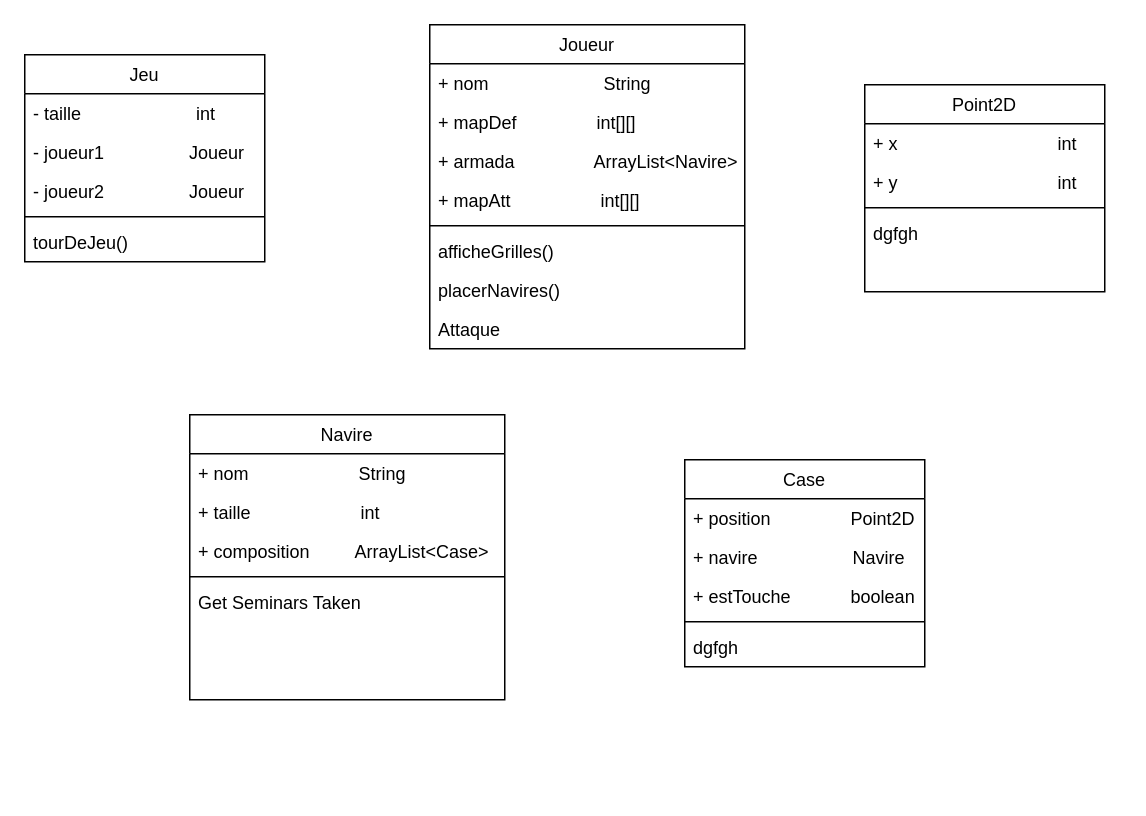
Earlier version of the draw.io diagram ClassDiagram.drawio (ECN-info-MEDEV/tp-note-ds_vianney_maxence). Source tidied: cells renumbered, new cells numbered last; positions are measured from the earlier drawing's top-left corner, leaving out a move shared by most shapes. Both pictures are drawn from the tidied source at 150%, with x=0, y=0 at pixel (24, 24).
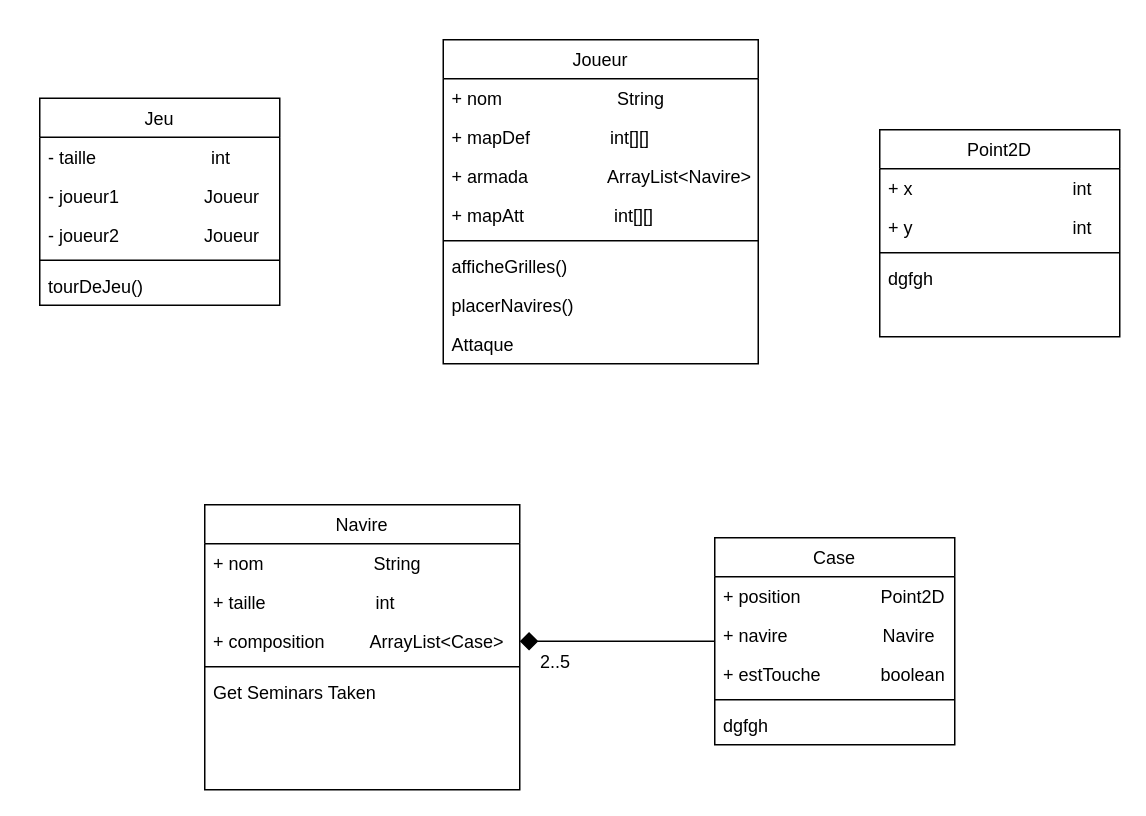
The same page after the edit.

Commit message:
Diagramme de classe version 2

Unchanged cells that the change refers to:
```xml
<mxCell id="11" value="+ composition         ArrayList&lt;Case&gt; " style="text;align=left;verticalAlign=top;spacingLeft=4;spacingRight=4;overflow=hidden;points=[[0,0.5],[1,0.5]];portConstraint=eastwest;rounded=0;shadow=0;html=0;" parent="8" vertex="1">
  <mxGeometry y="78" width="210" height="26" as="geometry" />
</mxCell>
```

The edit, as a diff of the source:
```diff
@@
     <mxCell id="2" value="Jeu" style="swimlane;fontStyle=0;align=center;verticalAlign=top;horizontal=1;startSize=26;rounded=0;shadow=0;strokeWidth=1;" parent="1" vertex="1">
-      <mxGeometry y="20" width="160" height="138" as="geometry" />
+      <mxGeometry x="10" y="49" width="160" height="138" as="geometry" />
     </mxCell>
@@
     <mxCell id="8" value="Navire" style="swimlane;fontStyle=0;align=center;verticalAlign=top;horizontal=1;startSize=26;rounded=0;shadow=0;strokeWidth=1;" parent="1" vertex="1">
-      <mxGeometry x="110" y="260" width="210" height="190" as="geometry" />
+      <mxGeometry x="120" y="320" width="210" height="190" as="geometry" />
     </mxCell>
@@
     <mxCell id="14" value="Point2D" style="swimlane;fontStyle=0;align=center;verticalAlign=top;horizontal=1;startSize=26;rounded=0;shadow=0;strokeWidth=1;" parent="1" vertex="1">
-      <mxGeometry x="560" y="40" width="160" height="138" as="geometry" />
+      <mxGeometry x="570" y="70" width="160" height="138" as="geometry" />
     </mxCell>
@@
     <mxCell id="19" value="Joueur" style="swimlane;fontStyle=0;align=center;verticalAlign=top;horizontal=1;startSize=26;rounded=0;shadow=0;strokeWidth=1;" parent="1" vertex="1">
-      <mxGeometry x="270" width="210" height="216" as="geometry" />
+      <mxGeometry x="279" y="10" width="210" height="216" as="geometry" />
     </mxCell>
@@
+    <mxCell id="34" style="edgeStyle=orthogonalEdgeStyle;rounded=0;jettySize=auto;html=1;entryX=1;entryY=0.5;entryDx=0;entryDy=0;endArrow=diamond;endFill=1;endSize=10;" parent="1" edge="1" source="28" target="11">
+      <mxGeometry relative="1" as="geometry" />
+    </mxCell>
     <mxCell id="28" value="Case" style="swimlane;fontStyle=0;align=center;verticalAlign=top;horizontal=1;startSize=26;rounded=0;shadow=0;strokeWidth=1;" parent="1" vertex="1">
-      <mxGeometry x="440" y="290" width="160" height="138" as="geometry" />
+      <mxGeometry x="460" y="342" width="160" height="138" as="geometry" />
     </mxCell>
@@
+    <mxCell id="35" value="2..5" style="text;html=1;strokeColor=none;fillColor=none;align=center;verticalAlign=middle;whiteSpace=wrap;rounded=0;" parent="1" vertex="1">
+      <mxGeometry x="324" y="410" width="60" height="30" as="geometry" />
+    </mxCell>
```
